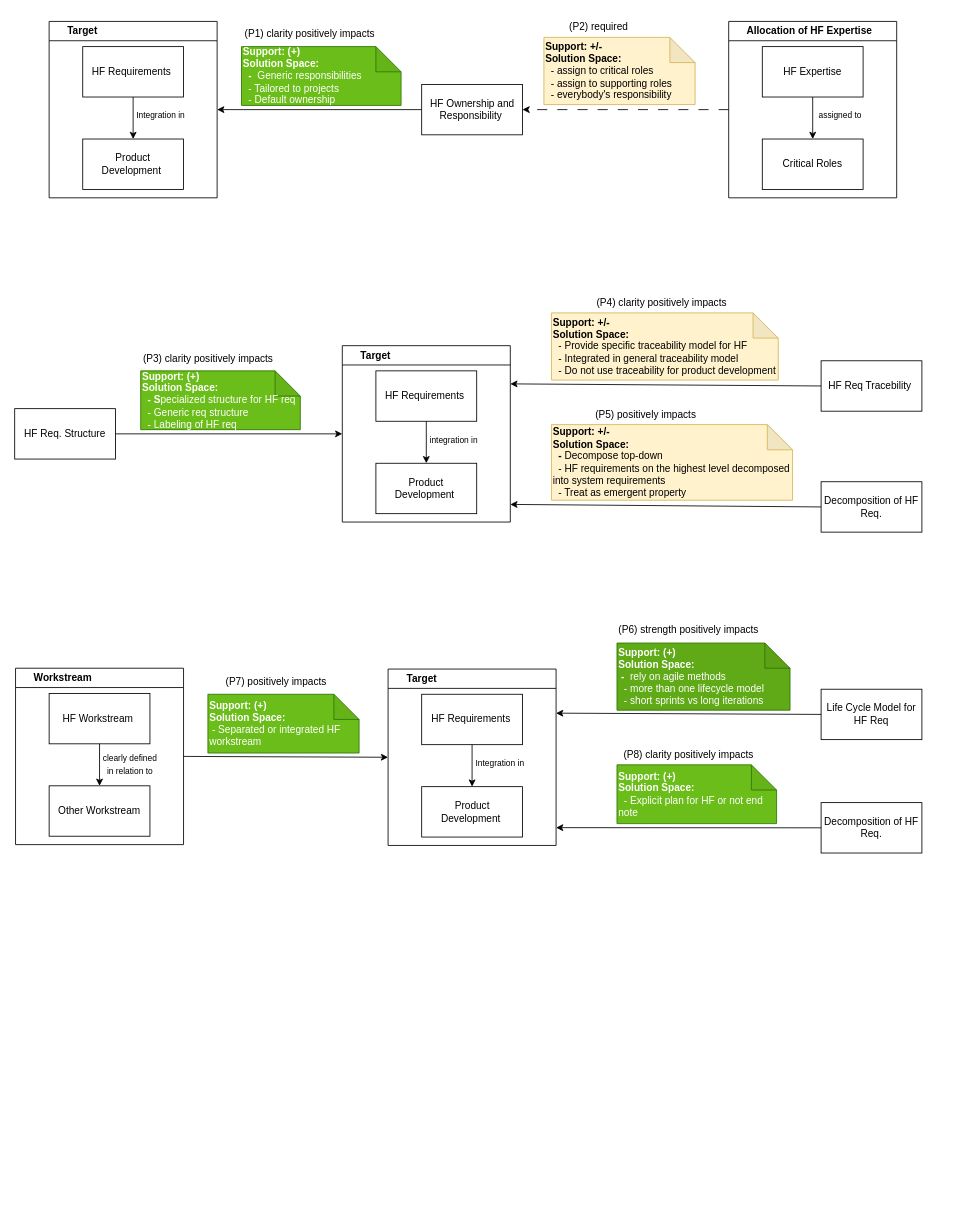
The draw.io diagram page "Page-2" (1 of 3) of HF Strategy.drawio in amnapir/Figures, before the edit. Source tidied: cells renumbered, new cells numbered last; positions are measured from the earlier drawing's top-left corner, leaving out a move shared by most shapes. Both pictures are drawn from the tidied source at 84%, with x=0, y=0 at pixel (14, 14).
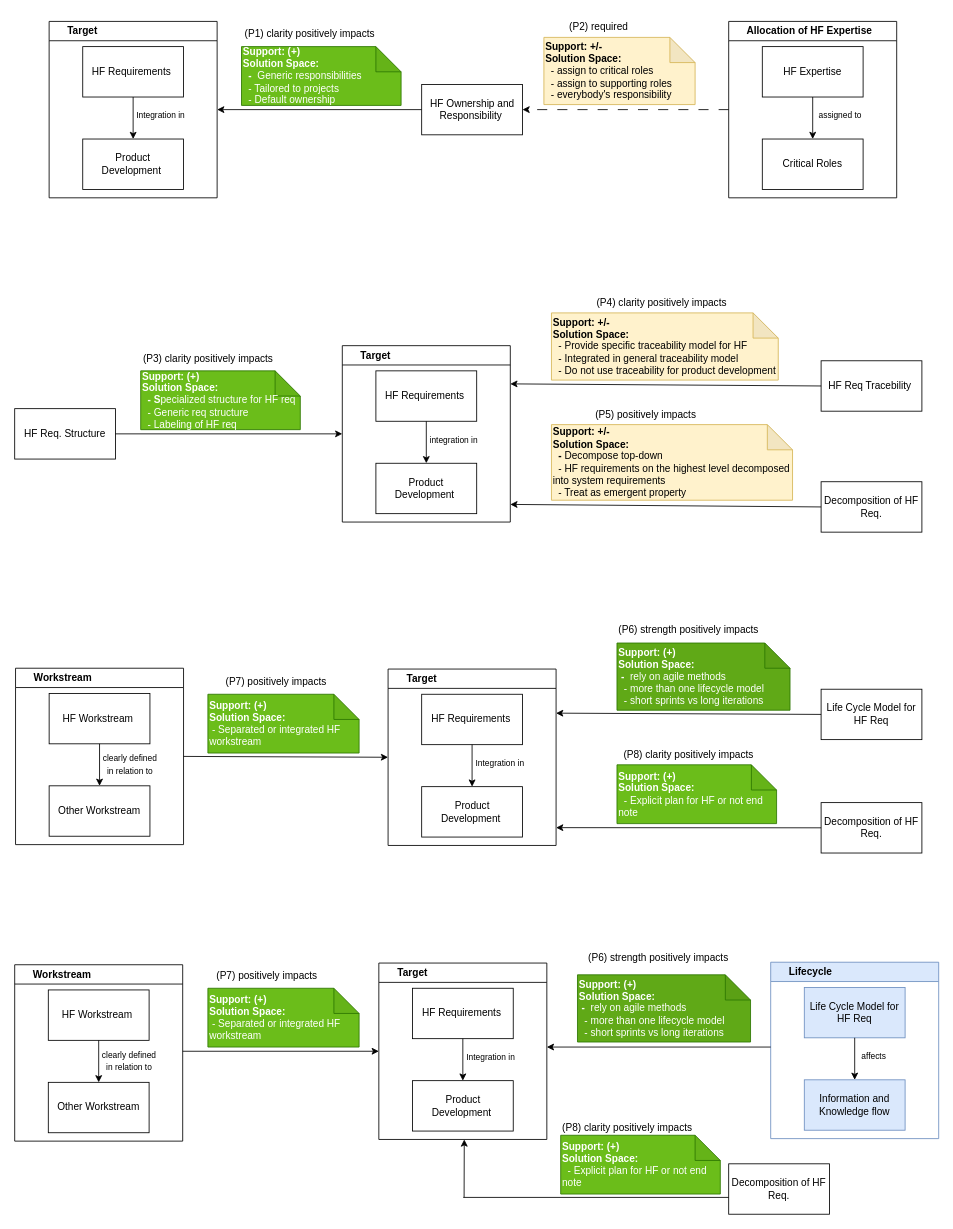
After the change.

Diff of the diagram source:
```diff
@@
+    <mxCell id="57" value="&amp;nbsp; &amp;nbsp; &amp;nbsp; Lifecycle" style="swimlane;whiteSpace=wrap;html=1;align=left;fillColor=#dae8fc;strokeColor=#6c8ebf;" parent="1" vertex="1">
+      <mxGeometry x="900" y="1128" width="200" height="210" as="geometry" />
+    </mxCell>
+    <mxCell id="58" value="Life Cycle Model for HF Req" style="rounded=0;whiteSpace=wrap;html=1;fillColor=#dae8fc;strokeColor=#6c8ebf;" parent="57" vertex="1">
+      <mxGeometry x="40" y="30" width="120" height="60" as="geometry" />
+    </mxCell>
+    <mxCell id="59" value="Information and Knowledge flow" style="rounded=0;whiteSpace=wrap;html=1;fillColor=#dae8fc;strokeColor=#6c8ebf;" parent="57" vertex="1">
+      <mxGeometry x="40" y="140" width="120" height="60" as="geometry" />
+    </mxCell>
+    <mxCell id="60" style="endArrow=classic;html=1;rounded=0;exitX=0.5;exitY=1;exitDx=0;exitDy=0;entryX=0.5;entryY=0;entryDx=0;entryDy=0;" parent="57" edge="1" source="58" target="59">
+      <mxGeometry relative="1" as="geometry" />
+    </mxCell>
+    <mxCell id="61" value="&lt;font style=&quot;font-size: 10px;&quot;&gt;affects&lt;/font&gt;" style="text;html=1;strokeColor=none;fillColor=none;align=center;verticalAlign=middle;whiteSpace=wrap;rounded=0;" parent="57" vertex="1">
+      <mxGeometry x="93" y="102" width="60" height="20" as="geometry" />
+    </mxCell>
+    <mxCell id="62" value="&lt;b&gt;Support: (+)&lt;br&gt;Solution Space:&lt;/b&gt;&amp;nbsp;&lt;br&gt;&amp;nbsp;- Separated or integrated HF workstream" style="shape=note;whiteSpace=wrap;html=1;backgroundOutline=1;darkOpacity=0.05;size=30;align=left;fillColor=#6BBD1A;strokeColor=#2D7600;fontColor=#ffffff;" parent="1" vertex="1">
+      <mxGeometry x="230" y="1159" width="180" height="70" as="geometry" />
+    </mxCell>
+    <mxCell id="63" value="&amp;nbsp; &amp;nbsp; &amp;nbsp; Target&amp;nbsp;" style="swimlane;whiteSpace=wrap;html=1;align=left;" parent="1" vertex="1">
+      <mxGeometry x="433.5" y="1129" width="200" height="210" as="geometry" />
+    </mxCell>
+    <mxCell id="64" value="HF Requirements&amp;nbsp;" style="rounded=0;whiteSpace=wrap;html=1;" parent="63" vertex="1">
+      <mxGeometry x="40" y="30" width="120" height="60" as="geometry" />
+    </mxCell>
+    <mxCell id="65" value="Product Development&amp;nbsp;" style="rounded=0;whiteSpace=wrap;html=1;" parent="63" vertex="1">
+      <mxGeometry x="40" y="140" width="120" height="60" as="geometry" />
+    </mxCell>
+    <mxCell id="66" style="endArrow=classic;html=1;rounded=0;exitX=0.5;exitY=1;exitDx=0;exitDy=0;entryX=0.5;entryY=0;entryDx=0;entryDy=0;" parent="63" edge="1" source="64" target="65">
+      <mxGeometry relative="1" as="geometry" />
+    </mxCell>
+    <mxCell id="67" value="&lt;font style=&quot;font-size: 10px;&quot;&gt;Integration in&lt;/font&gt;" style="text;html=1;strokeColor=none;fillColor=none;align=center;verticalAlign=middle;whiteSpace=wrap;rounded=0;" parent="63" vertex="1">
+      <mxGeometry x="103" y="102" width="60" height="20" as="geometry" />
+    </mxCell>
+    <mxCell id="68" style="endArrow=classic;html=1;rounded=0;entryX=1;entryY=0.25;entryDx=0;entryDy=0;" parent="1" edge="1">
+      <mxGeometry relative="1" as="geometry">
+        <mxPoint x="900" y="1229" as="sourcePoint" />
+        <mxPoint x="633.5" y="1229" as="targetPoint" />
+      </mxGeometry>
+    </mxCell>
+    <mxCell id="69" value="&lt;b style=&quot;border-color: var(--border-color); caret-color: rgb(255, 255, 255);&quot;&gt;Support: (+)&lt;br style=&quot;border-color: var(--border-color);&quot;&gt;Solution Space:&lt;br style=&quot;border-color: var(--border-color);&quot;&gt;&amp;nbsp;-&amp;nbsp;&lt;/b&gt;&amp;nbsp;rely on agile methods&lt;div style=&quot;border-color: var(--border-color); caret-color: rgb(255, 255, 255);&quot;&gt;&amp;nbsp; - more than one lifecycle model&lt;/div&gt;&lt;div style=&quot;border-color: var(--border-color); caret-color: rgb(255, 255, 255);&quot;&gt;&amp;nbsp; - short sprints vs long iterations&lt;/div&gt;" style="shape=note;whiteSpace=wrap;html=1;backgroundOutline=1;darkOpacity=0.05;size=30;align=left;fillColor=#60a917;strokeColor=#2D7600;fontColor=#ffffff;" parent="1" vertex="1">
+      <mxGeometry x="670" y="1143" width="206" height="80" as="geometry" />
+    </mxCell>
+    <mxCell id="70" value="Decomposition of HF Req." style="rounded=0;whiteSpace=wrap;html=1;" parent="1" vertex="1">
+      <mxGeometry x="850" y="1368" width="120" height="60" as="geometry" />
+    </mxCell>
+    <mxCell id="71" style="endArrow=classic;html=1;rounded=0;" parent="1" edge="1">
+      <mxGeometry relative="1" as="geometry">
+        <mxPoint x="535" y="1408" as="sourcePoint" />
+        <mxPoint x="535.2" y="1339" as="targetPoint" />
+      </mxGeometry>
+    </mxCell>
+    <mxCell id="72" value="(P7) positively impacts" style="text;html=1;align=center;verticalAlign=middle;strokeColor=none;fillColor=none;" parent="1" vertex="1">
+      <mxGeometry x="230" y="1129" width="140" height="30" as="geometry" />
+    </mxCell>
+    <mxCell id="73" value="(P6) strength positively impacts" style="text;html=1;align=center;verticalAlign=middle;strokeColor=none;fillColor=none;" parent="1" vertex="1">
+      <mxGeometry x="671" y="1108" width="190" height="30" as="geometry" />
+    </mxCell>
+    <mxCell id="74" style="endArrow=classic;html=1;rounded=0;entryX=0;entryY=0.5;entryDx=0;entryDy=0;" parent="1" edge="1" target="63">
+      <mxGeometry relative="1" as="geometry">
+        <mxPoint x="200" y="1234" as="sourcePoint" />
+      </mxGeometry>
+    </mxCell>
+    <mxCell id="75" value="(P8) clarity positively impacts" style="text;html=1;align=center;verticalAlign=middle;strokeColor=none;fillColor=none;" parent="1" vertex="1">
+      <mxGeometry x="638.5" y="1311" width="180" height="30" as="geometry" />
+    </mxCell>
+    <mxCell id="76" value="&lt;b&gt;Support: (+)&lt;br&gt;Solution Space:&lt;br&gt;&amp;nbsp;&lt;/b&gt;&amp;nbsp;- Explicit plan for HF or not end note" style="shape=note;whiteSpace=wrap;html=1;backgroundOutline=1;darkOpacity=0.05;size=30;align=left;fillColor=#6BBD1A;strokeColor=#2D7600;fontColor=#ffffff;" parent="1" vertex="1">
+      <mxGeometry x="650" y="1334" width="190" height="70" as="geometry" />
+    </mxCell>
+    <mxCell id="77" value="&amp;nbsp; &amp;nbsp; &amp;nbsp; Workstream" style="swimlane;whiteSpace=wrap;html=1;align=left;" parent="1" vertex="1">
+      <mxGeometry y="1131" width="200" height="210" as="geometry" />
+    </mxCell>
+    <mxCell id="78" value="HF Workstream&amp;nbsp;" style="rounded=0;whiteSpace=wrap;html=1;" parent="77" vertex="1">
+      <mxGeometry x="40" y="30" width="120" height="60" as="geometry" />
+    </mxCell>
+    <mxCell id="79" value="Other Workstream" style="rounded=0;whiteSpace=wrap;html=1;" parent="77" vertex="1">
+      <mxGeometry x="40" y="140" width="120" height="60" as="geometry" />
+    </mxCell>
+    <mxCell id="80" style="endArrow=classic;html=1;rounded=0;exitX=0.5;exitY=1;exitDx=0;exitDy=0;entryX=0.5;entryY=0;entryDx=0;entryDy=0;" parent="77" edge="1" source="78" target="79">
+      <mxGeometry relative="1" as="geometry" />
+    </mxCell>
+    <mxCell id="81" value="&lt;font style=&quot;font-size: 10px;&quot;&gt;clearly defined in relation to&lt;/font&gt;" style="text;html=1;strokeColor=none;fillColor=none;align=center;verticalAlign=middle;whiteSpace=wrap;rounded=0;" parent="77" vertex="1">
+      <mxGeometry x="98" y="104" width="77" height="20" as="geometry" />
+    </mxCell>
+    <mxCell id="82" style="endArrow=none;html=1;rounded=0;" parent="1" edge="1">
+      <mxGeometry relative="1" as="geometry">
+        <mxPoint x="534" y="1408" as="sourcePoint" />
+        <mxPoint x="850" y="1408" as="targetPoint" />
+      </mxGeometry>
+    </mxCell>
```
